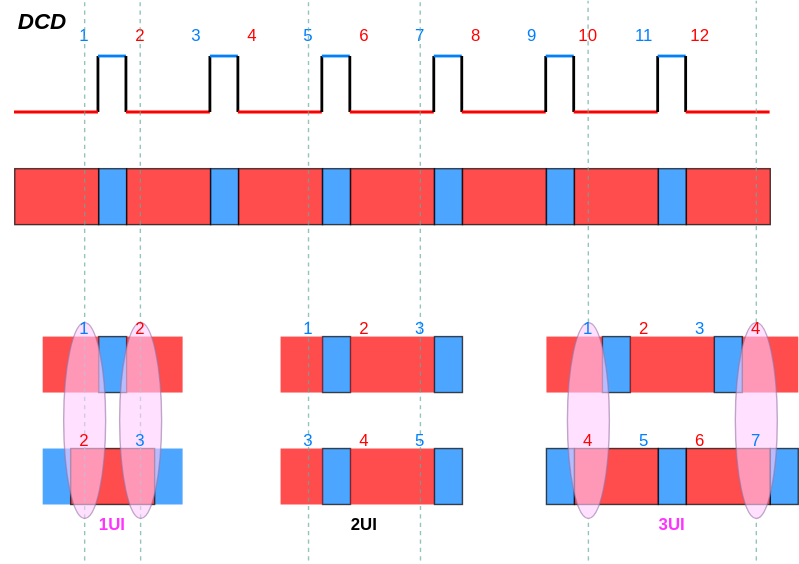
raytroop/raytroop.github.io keeps this draw.io diagram as source/_posts/link-mdl/dcd.drawio.svg. Above is the earlier version. Source tidied: cells renumbered, new cells last; positions are measured from the earlier drawing's top-left corner, leaving out a move shared by most shapes.
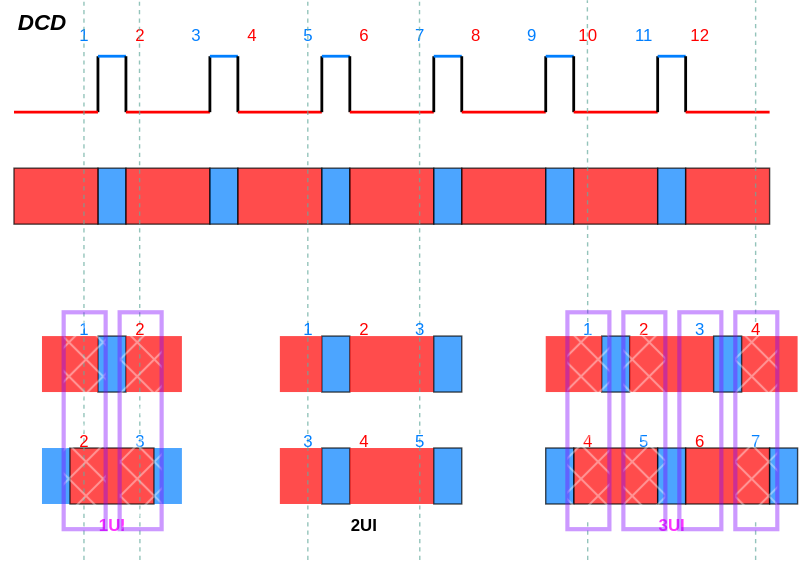
Above is the later version.

What changed in the source:
```diff
@@ -332,41 +332,33 @@
         <mxPoint x="299.8" as="targetPoint" />
       </mxGeometry>
     </mxCell>
-    <mxCell id="83" style="endArrow=none;html=1;rounded=0;dashed=1;opacity=70;strokeColor=#67AB9F;" parent="1" edge="1" source="89">
+    <mxCell id="83" style="endArrow=none;html=1;rounded=0;dashed=1;opacity=70;strokeColor=#67AB9F;" parent="1" edge="1">
       <mxGeometry relative="1" as="geometry">
+        <mxPoint x="420" y="230" as="sourcePoint" />
         <mxPoint x="419.8" as="targetPoint" />
       </mxGeometry>
     </mxCell>
-    <mxCell id="84" style="endArrow=none;html=1;rounded=0;dashed=1;opacity=70;strokeColor=#67AB9F;" parent="1" edge="1" source="91">
+    <mxCell id="84" style="endArrow=none;html=1;rounded=0;dashed=1;opacity=70;strokeColor=#67AB9F;" parent="1" edge="1">
       <mxGeometry relative="1" as="geometry">
+        <mxPoint x="540" y="230" as="sourcePoint" />
         <mxPoint x="540" as="targetPoint" />
       </mxGeometry>
     </mxCell>
     <mxCell id="85" value="&lt;b&gt;&lt;i&gt;&lt;font style=&quot;font-size: 16px;&quot;&gt;DCD&lt;/font&gt;&lt;/i&gt;&lt;/b&gt;" style="text;html=1;align=center;verticalAlign=middle;whiteSpace=wrap;rounded=0;" parent="1" vertex="1">
       <mxGeometry width="60" height="30" as="geometry" />
     </mxCell>
-    <mxCell id="86" style="ellipse;whiteSpace=wrap;html=1;fillColor=#FFCCFF;strokeColor=#9673a6;opacity=60;" parent="1" vertex="1">
-      <mxGeometry x="45" y="230" width="30" height="140" as="geometry" />
-    </mxCell>
-    <mxCell id="87" style="ellipse;whiteSpace=wrap;html=1;fillColor=#FFCCFF;strokeColor=#9673a6;opacity=60;" parent="1" vertex="1">
-      <mxGeometry x="85" y="230" width="30" height="140" as="geometry" />
-    </mxCell>
-    <mxCell id="88" style="endArrow=none;html=1;rounded=0;dashed=1;opacity=70;strokeColor=#67AB9F;" parent="1" edge="1" target="89">
+    <mxCell id="88" style="endArrow=none;html=1;rounded=0;dashed=1;opacity=70;strokeColor=#67AB9F;" parent="1" edge="1">
       <mxGeometry relative="1" as="geometry">
         <mxPoint x="420" y="400" as="sourcePoint" />
+        <mxPoint x="420" y="370" as="targetPoint" />
       </mxGeometry>
     </mxCell>
-    <mxCell id="89" style="ellipse;whiteSpace=wrap;html=1;fillColor=#FFCCFF;strokeColor=#9673a6;opacity=60;" parent="1" vertex="1">
-      <mxGeometry x="405" y="230" width="30" height="140" as="geometry" />
-    </mxCell>
-    <mxCell id="90" style="endArrow=none;html=1;rounded=0;dashed=1;opacity=70;strokeColor=#67AB9F;" parent="1" edge="1" target="91">
+    <mxCell id="90" style="endArrow=none;html=1;rounded=0;dashed=1;opacity=70;strokeColor=#67AB9F;" parent="1" edge="1">
       <mxGeometry relative="1" as="geometry">
         <mxPoint x="540" y="400" as="sourcePoint" />
+        <mxPoint x="540" y="370" as="targetPoint" />
       </mxGeometry>
     </mxCell>
-    <mxCell id="91" style="ellipse;whiteSpace=wrap;html=1;fillColor=#FFCCFF;strokeColor=#9673a6;opacity=60;" parent="1" vertex="1">
-      <mxGeometry x="525" y="230" width="30" height="140" as="geometry" />
-    </mxCell>
     <mxCell id="92" value="&lt;font style=&quot;color: rgb(0, 127, 255);&quot;&gt;1&lt;/font&gt;" style="text;html=1;align=center;verticalAlign=middle;whiteSpace=wrap;rounded=0;" parent="1" vertex="1">
       <mxGeometry x="190" y="220" width="60" height="30" as="geometry" />
     </mxCell>
@@ -421,5 +413,23 @@
     <mxCell id="109" value="7" style="text;html=1;align=center;verticalAlign=middle;whiteSpace=wrap;rounded=0;fontColor=#007FFF;" parent="1" vertex="1">
       <mxGeometry x="510" y="300" width="60" height="30" as="geometry" />
     </mxCell>
+    <mxCell id="110" style="rounded=0;whiteSpace=wrap;html=1;fillColor=#FFFFFF;opacity=40;strokeColor=#7F00FF;strokeWidth=3;fillStyle=cross-hatch;" parent="1" vertex="1">
+      <mxGeometry x="45" y="222.5" width="30" height="155" as="geometry" />
+    </mxCell>
+    <mxCell id="111" style="rounded=0;whiteSpace=wrap;html=1;fillColor=#FFFFFF;opacity=40;strokeColor=#7F00FF;strokeWidth=3;fillStyle=cross-hatch;" parent="1" vertex="1">
+      <mxGeometry x="85" y="222.5" width="30" height="155" as="geometry" />
+    </mxCell>
+    <mxCell id="112" style="rounded=0;whiteSpace=wrap;html=1;fillColor=default;opacity=40;strokeColor=#7F00FF;strokeWidth=3;fillStyle=cross-hatch;" parent="1" vertex="1">
+      <mxGeometry x="405" y="222.5" width="30" height="155" as="geometry" />
+    </mxCell>
+    <mxCell id="113" style="rounded=0;whiteSpace=wrap;html=1;fillColor=default;opacity=40;strokeColor=#7F00FF;strokeWidth=3;fillStyle=cross-hatch;" parent="1" vertex="1">
+      <mxGeometry x="445" y="222.5" width="30" height="155" as="geometry" />
+    </mxCell>
+    <mxCell id="114" style="rounded=0;whiteSpace=wrap;html=1;fillColor=none;opacity=40;strokeColor=#7F00FF;strokeWidth=3;" parent="1" vertex="1">
+      <mxGeometry x="485" y="222.5" width="30" height="155" as="geometry" />
+    </mxCell>
+    <mxCell id="115" style="rounded=0;whiteSpace=wrap;html=1;fillColor=default;opacity=40;strokeColor=#7F00FF;strokeWidth=3;fillStyle=cross-hatch;" parent="1" vertex="1">
+      <mxGeometry x="525" y="222.5" width="30" height="155" as="geometry" />
+    </mxCell>
   </root>
 </mxGraphModel>
```
